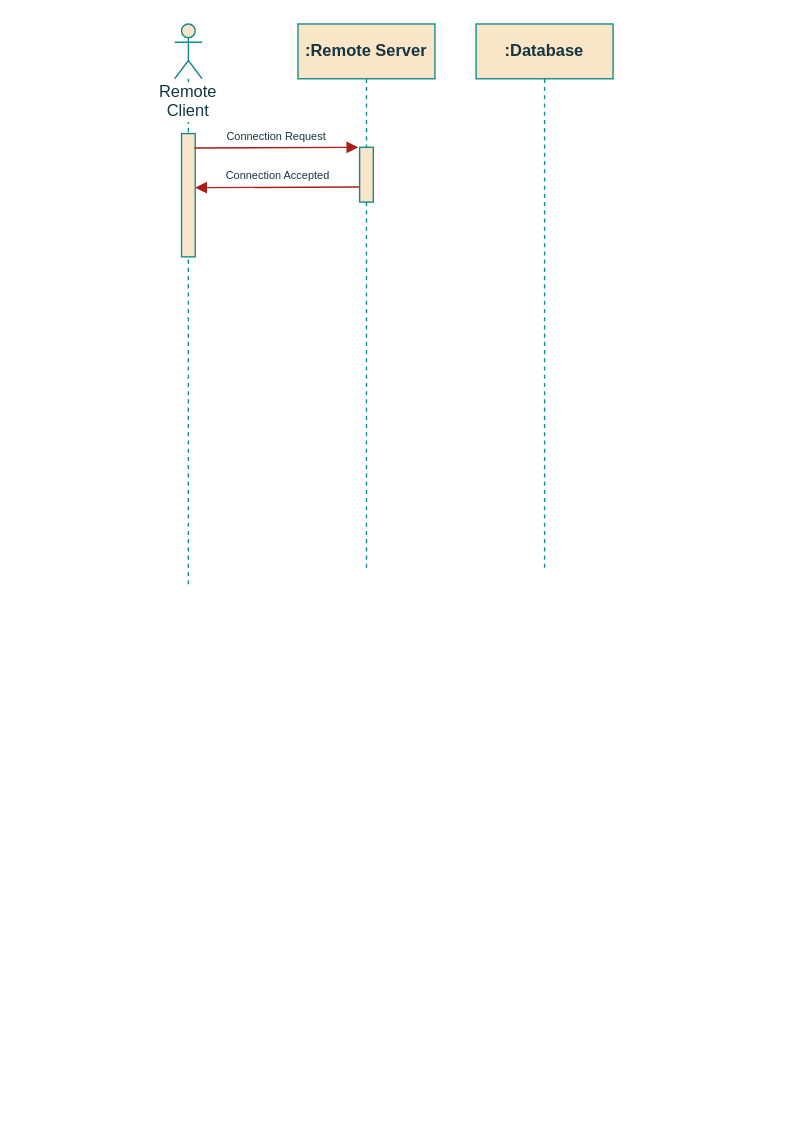
Above: page "Server_SeqChart" (7 of 7) of project/report/flowcharts/RemoteSystem.drawio in ESRGgroup9/slipad (draw.io), before the change. Source tidied: cells renumbered, new cells numbered last; positions are measured from the earlier drawing's top-left corner, leaving out a move shared by most shapes. Both pictures are drawn from the tidied source at 137%, with x=0, y=0 at pixel (174, 23).
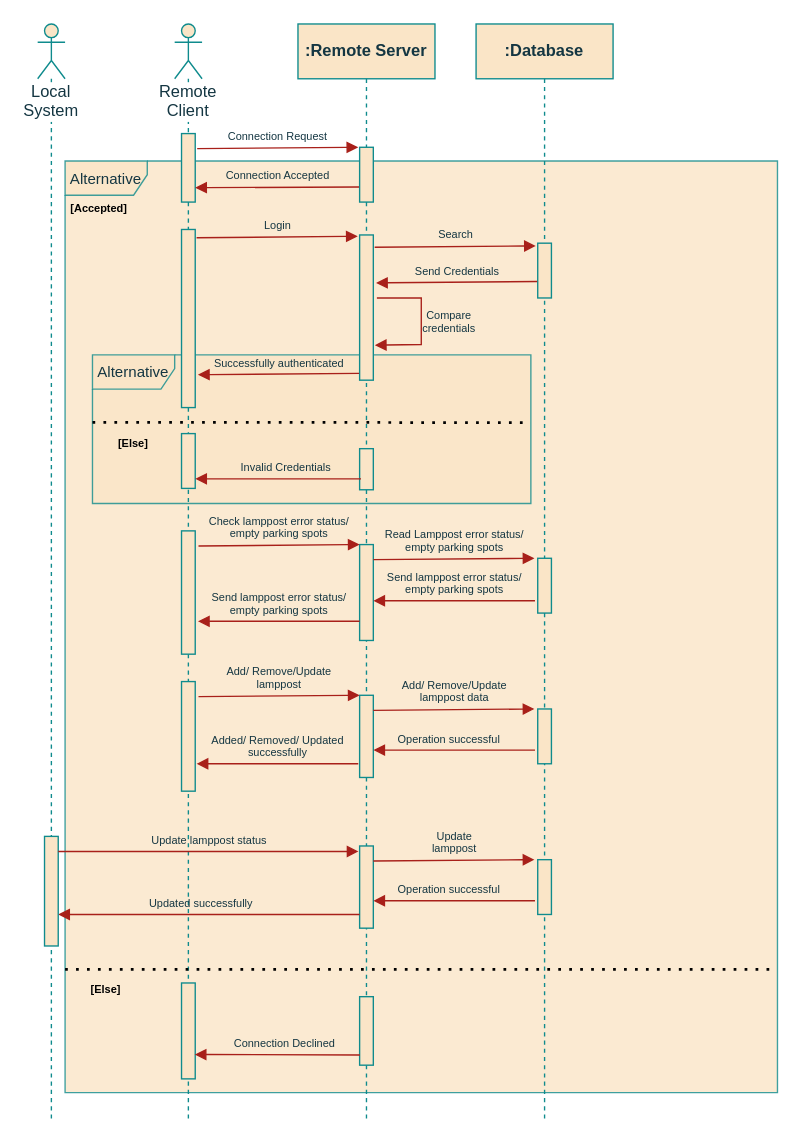
The same page after the edit.

Change to the diagram source:
```diff
@@
+    <mxCell id="9" value="&lt;font style=&quot;font-size: 11px&quot;&gt;Alternative&lt;/font&gt;" style="shape=umlFrame;whiteSpace=wrap;html=1;width=60;height=25;fillColor=#FAE5C7;strokeColor=#0F8B8D;fontColor=#143642;swimlaneFillColor=#FAE5C7;opacity=80;" parent="1" vertex="1">
+      <mxGeometry x="-80" y="100" width="520" height="680" as="geometry" />
+    </mxCell>
+    <mxCell id="10" value="&lt;font style=&quot;font-size: 11px&quot;&gt;Alternative&lt;/font&gt;" style="shape=umlFrame;whiteSpace=wrap;html=1;width=60;height=25;fillColor=#FAE5C7;strokeColor=#0F8B8D;fontColor=#143642;swimlaneFillColor=#FAE5C7;opacity=80;" parent="1" vertex="1">
+      <mxGeometry x="-60" y="241.5" width="320" height="108.5" as="geometry" />
+    </mxCell>
     <mxCell id="2" value="&lt;div&gt;Remote&lt;/div&gt;&lt;div&gt;Client&lt;br&gt;&lt;/div&gt;" style="shape=umlLifeline;participant=umlActor;perimeter=lifelinePerimeter;whiteSpace=wrap;html=1;verticalAlign=top;spacingTop=36;size=40;labelBackgroundColor=default;fillColor=#FAE5C7;strokeColor=#0F8B8D;fontColor=#143642;" parent="1" vertex="1">
-      <mxGeometry width="20" height="410" as="geometry" />
+      <mxGeometry width="20" height="800" as="geometry" />
     </mxCell>
     <mxCell id="3" style="html=1;points=[];perimeter=orthogonalPerimeter;fillColor=#FAE5C7;strokeColor=#0F8B8D;fontColor=#143642;" parent="2" vertex="1">
-      <mxGeometry x="5" y="80" width="10" height="90" as="geometry" />
+      <mxGeometry x="5" y="80" width="10" height="50" as="geometry" />
     </mxCell>
+    <mxCell id="11" style="html=1;perimeter=orthogonalPerimeter;fillColor=#FAE5C7;strokeColor=#0F8B8D;fontColor=#143642;" parent="2" vertex="1">
+      <mxGeometry x="5" y="150" width="10" height="130" as="geometry" />
+    </mxCell>
+    <mxCell id="12" style="html=1;perimeter=orthogonalPerimeter;fillColor=#FAE5C7;strokeColor=#0F8B8D;fontColor=#143642;" parent="2" vertex="1">
+      <mxGeometry x="5" y="299" width="10" height="40" as="geometry" />
+    </mxCell>
+    <mxCell id="13" style="html=1;perimeter=orthogonalPerimeter;fillColor=#FAE5C7;strokeColor=#0F8B8D;fontColor=#143642;" parent="2" vertex="1">
+      <mxGeometry x="5" y="370" width="10" height="90" as="geometry" />
+    </mxCell>
+    <mxCell id="14" style="html=1;perimeter=orthogonalPerimeter;fillColor=#FAE5C7;strokeColor=#0F8B8D;fontColor=#143642;" parent="2" vertex="1">
+      <mxGeometry x="5" y="480" width="10" height="80" as="geometry" />
+    </mxCell>
     <mxCell id="4" value=":Remote Server" style="shape=umlLifeline;perimeter=lifelinePerimeter;whiteSpace=wrap;html=1;fillColor=#FAE5C7;strokeColor=#0F8B8D;fontColor=#143642;fontStyle=1;" parent="1" vertex="1">
-      <mxGeometry x="90" width="100" height="400" as="geometry" />
+      <mxGeometry x="90" width="100" height="800" as="geometry" />
     </mxCell>
@@
+    <mxCell id="15" style="html=1;points=[];perimeter=orthogonalPerimeter;fillColor=#FAE5C7;strokeColor=#0F8B8D;fontColor=#143642;" parent="4" vertex="1">
+      <mxGeometry x="45" y="154" width="10" height="106" as="geometry" />
+    </mxCell>
+    <mxCell id="16" style="html=1;perimeter=orthogonalPerimeter;fillColor=#FAE5C7;strokeColor=#0F8B8D;fontColor=#143642;" parent="4" vertex="1">
+      <mxGeometry x="45" y="310" width="10" height="30" as="geometry" />
+    </mxCell>
+    <mxCell id="17" style="html=1;perimeter=orthogonalPerimeter;fillColor=#FAE5C7;strokeColor=#0F8B8D;fontColor=#143642;" parent="4" vertex="1">
+      <mxGeometry x="45" y="380" width="10" height="70" as="geometry" />
+    </mxCell>
+    <mxCell id="18" value="&lt;div&gt;Check lamppost error status/ &lt;br&gt;&lt;/div&gt;&lt;div&gt;empty parking spots&lt;br&gt;&lt;/div&gt;" style="html=1;verticalAlign=bottom;endArrow=block;rounded=0;fontSize=8;labelBackgroundColor=none;strokeColor=#A8201A;fontColor=#143642;exitX=1.143;exitY=0.22;exitDx=0;exitDy=0;exitPerimeter=0;" parent="4" edge="1">
+      <mxGeometry relative="1" as="geometry">
+        <mxPoint x="-72.6" y="381" as="sourcePoint" />
+        <mxPoint x="45" y="380" as="targetPoint" />
+      </mxGeometry>
+    </mxCell>
+    <mxCell id="19" value="&lt;div&gt;Read Lamppost error status/&lt;/div&gt;&lt;div&gt;empty parking spots&lt;br&gt;&lt;/div&gt;" style="html=1;verticalAlign=bottom;endArrow=block;rounded=0;fontSize=8;labelBackgroundColor=none;strokeColor=#A8201A;fontColor=#143642;exitX=1.143;exitY=0.22;exitDx=0;exitDy=0;exitPerimeter=0;" parent="4" edge="1">
+      <mxGeometry relative="1" as="geometry">
+        <mxPoint x="55" y="391" as="sourcePoint" />
+        <mxPoint x="172.6" y="390" as="targetPoint" />
+      </mxGeometry>
+    </mxCell>
+    <mxCell id="20" value="&lt;div&gt;Send lamppost error status/&lt;/div&gt;&lt;div&gt;empty parking spots&lt;br&gt;&lt;/div&gt;" style="html=1;verticalAlign=bottom;endArrow=block;rounded=0;fontSize=8;labelBackgroundColor=none;strokeColor=#A8201A;fontColor=#143642;" parent="4" edge="1">
+      <mxGeometry relative="1" as="geometry">
+        <mxPoint x="173" y="421" as="sourcePoint" />
+        <mxPoint x="55" y="421" as="targetPoint" />
+      </mxGeometry>
+    </mxCell>
+    <mxCell id="21" style="html=1;perimeter=orthogonalPerimeter;fillColor=#FAE5C7;strokeColor=#0F8B8D;fontColor=#143642;" parent="4" vertex="1">
+      <mxGeometry x="45" y="490" width="10" height="60" as="geometry" />
+    </mxCell>
+    <mxCell id="22" value="&lt;div&gt;Add/ Remove/Update &lt;br&gt;&lt;/div&gt;&lt;div&gt;lamppost data&lt;/div&gt;" style="html=1;verticalAlign=bottom;endArrow=block;rounded=0;fontSize=8;labelBackgroundColor=none;strokeColor=#A8201A;fontColor=#143642;exitX=1.143;exitY=0.22;exitDx=0;exitDy=0;exitPerimeter=0;" parent="4" edge="1">
+      <mxGeometry relative="1" as="geometry">
+        <mxPoint x="55" y="501" as="sourcePoint" />
+        <mxPoint x="172.6" y="500" as="targetPoint" />
+      </mxGeometry>
+    </mxCell>
+    <mxCell id="23" value="Operation successful" style="html=1;verticalAlign=bottom;endArrow=block;rounded=0;fontSize=8;labelBackgroundColor=none;strokeColor=#A8201A;fontColor=#143642;" parent="4" edge="1">
+      <mxGeometry x="0.07" relative="1" as="geometry">
+        <mxPoint x="173" y="530" as="sourcePoint" />
+        <mxPoint x="55" y="530" as="targetPoint" />
+      </mxGeometry>
+    </mxCell>
+    <mxCell id="24" style="html=1;points=[];perimeter=orthogonalPerimeter;fillColor=#FAE5C7;strokeColor=#0F8B8D;fontColor=#143642;" parent="4" vertex="1">
+      <mxGeometry x="45" y="600" width="10" height="60" as="geometry" />
+    </mxCell>
+    <mxCell id="25" value="&lt;div&gt;Update &lt;br&gt;&lt;/div&gt;&lt;div&gt;lamppost &lt;br&gt;&lt;/div&gt;" style="html=1;verticalAlign=bottom;endArrow=block;rounded=0;fontSize=8;labelBackgroundColor=none;strokeColor=#A8201A;fontColor=#143642;exitX=1.143;exitY=0.22;exitDx=0;exitDy=0;exitPerimeter=0;" parent="4" edge="1">
+      <mxGeometry relative="1" as="geometry">
+        <mxPoint x="55" y="611" as="sourcePoint" />
+        <mxPoint x="172.6" y="610" as="targetPoint" />
+      </mxGeometry>
+    </mxCell>
+    <mxCell id="26" value="Operation successful" style="html=1;verticalAlign=bottom;endArrow=block;rounded=0;fontSize=8;labelBackgroundColor=none;strokeColor=#A8201A;fontColor=#143642;" parent="4" edge="1">
+      <mxGeometry x="0.07" relative="1" as="geometry">
+        <mxPoint x="173" y="640" as="sourcePoint" />
+        <mxPoint x="55" y="640" as="targetPoint" />
+      </mxGeometry>
+    </mxCell>
+    <mxCell id="27" value="&lt;div&gt;Updated successfully&lt;/div&gt;" style="html=1;verticalAlign=bottom;endArrow=block;rounded=0;fontSize=8;labelBackgroundColor=none;strokeColor=#A8201A;fontColor=#143642;" parent="4" edge="1" target="50">
+      <mxGeometry x="0.05" relative="1" as="geometry">
+        <mxPoint x="45" y="650" as="sourcePoint" />
+      </mxGeometry>
+    </mxCell>
     <mxCell id="6" value=":Database" style="shape=umlLifeline;perimeter=lifelinePerimeter;whiteSpace=wrap;html=1;fillColor=#FAE5C7;strokeColor=#0F8B8D;fontColor=#143642;fontStyle=1;" parent="1" vertex="1">
-      <mxGeometry x="220" width="100" height="400" as="geometry" />
+      <mxGeometry x="220" width="100" height="800" as="geometry" />
     </mxCell>
+    <mxCell id="28" style="html=1;perimeter=orthogonalPerimeter;fillColor=#FAE5C7;strokeColor=#0F8B8D;fontColor=#143642;" parent="6" vertex="1">
+      <mxGeometry x="45" y="160" width="10" height="40" as="geometry" />
+    </mxCell>
+    <mxCell id="29" style="html=1;perimeter=orthogonalPerimeter;fillColor=#FAE5C7;strokeColor=#0F8B8D;fontColor=#143642;" parent="6" vertex="1">
+      <mxGeometry x="45" y="390" width="10" height="40" as="geometry" />
+    </mxCell>
+    <mxCell id="30" style="html=1;perimeter=orthogonalPerimeter;fillColor=#FAE5C7;strokeColor=#0F8B8D;fontColor=#143642;" parent="6" vertex="1">
+      <mxGeometry x="45" y="500" width="10" height="40" as="geometry" />
+    </mxCell>
+    <mxCell id="31" style="html=1;perimeter=orthogonalPerimeter;fillColor=#FAE5C7;strokeColor=#0F8B8D;fontColor=#143642;" parent="6" vertex="1">
+      <mxGeometry x="45" y="610" width="10" height="40" as="geometry" />
+    </mxCell>
-    <mxCell id="7" value="Connection Request" style="html=1;verticalAlign=bottom;endArrow=block;rounded=0;fontSize=8;labelBackgroundColor=none;strokeColor=#A8201A;fontColor=#143642;exitX=0.943;exitY=0.117;exitDx=0;exitDy=0;exitPerimeter=0;" parent="1" edge="1" source="3">
+    <mxCell id="7" value="Connection Request" style="html=1;verticalAlign=bottom;endArrow=block;rounded=0;fontSize=8;labelBackgroundColor=none;strokeColor=#A8201A;fontColor=#143642;exitX=1.143;exitY=0.22;exitDx=0;exitDy=0;exitPerimeter=0;" parent="1" edge="1" source="3">
       <mxGeometry relative="1" as="geometry">
         <mxPoint x="134" y="90" as="targetPoint" />
       </mxGeometry>
     </mxCell>
@@
+    <mxCell id="32" value="[Accepted]" style="text;html=1;strokeColor=none;fillColor=none;align=center;verticalAlign=middle;whiteSpace=wrap;rounded=0;fontSize=8;fontStyle=1;" parent="1" vertex="1">
+      <mxGeometry x="-90" y="125" width="70" height="20" as="geometry" />
+    </mxCell>
+    <mxCell id="33" value="Login" style="html=1;verticalAlign=bottom;endArrow=block;rounded=0;fontSize=8;labelBackgroundColor=none;strokeColor=#A8201A;fontColor=#143642;exitX=1.143;exitY=0.22;exitDx=0;exitDy=0;exitPerimeter=0;" parent="1" edge="1">
+      <mxGeometry relative="1" as="geometry">
+        <mxPoint x="16" y="156" as="sourcePoint" />
+        <mxPoint x="133.6" y="155" as="targetPoint" />
+      </mxGeometry>
+    </mxCell>
+    <mxCell id="34" value="Search " style="html=1;verticalAlign=bottom;endArrow=block;rounded=0;fontSize=8;labelBackgroundColor=none;strokeColor=#A8201A;fontColor=#143642;exitX=1.143;exitY=0.22;exitDx=0;exitDy=0;exitPerimeter=0;" parent="1" edge="1">
+      <mxGeometry relative="1" as="geometry">
+        <mxPoint x="146" y="163" as="sourcePoint" />
+        <mxPoint x="263.6" y="162" as="targetPoint" />
+      </mxGeometry>
+    </mxCell>
+    <mxCell id="35" value="Send Credentials" style="html=1;verticalAlign=bottom;endArrow=block;rounded=0;fontSize=8;labelBackgroundColor=none;strokeColor=#A8201A;fontColor=#143642;exitX=1.143;exitY=0.22;exitDx=0;exitDy=0;exitPerimeter=0;" parent="1" edge="1">
+      <mxGeometry relative="1" as="geometry">
+        <mxPoint x="264.6" y="188" as="sourcePoint" />
+        <mxPoint x="147" y="189" as="targetPoint" />
+      </mxGeometry>
+    </mxCell>
+    <mxCell id="36" value="&lt;div&gt;Compare &lt;br&gt;&lt;/div&gt;&lt;div&gt;credentials&lt;/div&gt;" style="html=1;verticalAlign=bottom;endArrow=block;rounded=0;fontSize=8;labelBackgroundColor=none;strokeColor=#A8201A;fontColor=#143642;exitX=1.143;exitY=0.22;exitDx=0;exitDy=0;exitPerimeter=0;entryX=1.114;entryY=0.759;entryDx=0;entryDy=0;entryPerimeter=0;" parent="1" edge="1" target="15">
+      <mxGeometry x="0.24" y="20" relative="1" as="geometry">
+        <mxPoint x="147.6" y="200" as="sourcePoint" />
+        <Array as="points">
+          <mxPoint x="180" y="200" />
+          <mxPoint x="180" y="234" />
+        </Array>
+      </mxGeometry>
+    </mxCell>
+    <mxCell id="37" value="Successfully authenticated" style="html=1;verticalAlign=bottom;endArrow=block;rounded=0;fontSize=8;labelBackgroundColor=none;strokeColor=#A8201A;fontColor=#143642;exitX=1.143;exitY=0.22;exitDx=0;exitDy=0;exitPerimeter=0;" parent="1" edge="1">
+      <mxGeometry relative="1" as="geometry">
+        <mxPoint x="134.6" y="255" as="sourcePoint" />
+        <mxPoint x="17" y="256" as="targetPoint" />
+      </mxGeometry>
+    </mxCell>
+    <mxCell id="38" style="endArrow=none;dashed=1;html=1;dashPattern=1 3;strokeWidth=2;rounded=0;labelBackgroundColor=default;fontSize=8;exitX=0;exitY=0;exitDx=0;exitDy=0;" parent="1" edge="1" source="39">
+      <mxGeometry relative="1" as="geometry">
+        <mxPoint x="260" y="291" as="targetPoint" />
+        <Array as="points">
+          <mxPoint x="70" y="290.8" />
+        </Array>
+      </mxGeometry>
+    </mxCell>
+    <mxCell id="39" value="[Else]" style="text;html=1;strokeColor=none;fillColor=none;align=center;verticalAlign=middle;whiteSpace=wrap;rounded=0;fontSize=8;fontStyle=1;" parent="1" vertex="1">
+      <mxGeometry x="-60" y="290.8" width="60" height="30" as="geometry" />
+    </mxCell>
+    <mxCell id="40" value="Invalid Credentials" style="html=1;verticalAlign=bottom;endArrow=block;rounded=0;fontSize=8;labelBackgroundColor=none;strokeColor=#A8201A;fontColor=#143642;labelBorderColor=none;entryX=0.962;entryY=0.746;entryDx=0;entryDy=0;entryPerimeter=0;" parent="1" edge="1">
+      <mxGeometry x="-0.09" relative="1" as="geometry">
+        <mxPoint x="136" y="332" as="sourcePoint" />
+        <mxPoint x="15" y="332" as="targetPoint" />
+      </mxGeometry>
+    </mxCell>
+    <mxCell id="41" value="&lt;div&gt;Send lamppost error status/&lt;/div&gt;&lt;div&gt;empty parking spots&lt;br&gt;&lt;/div&gt;" style="html=1;verticalAlign=bottom;endArrow=block;rounded=0;fontSize=8;labelBackgroundColor=none;strokeColor=#A8201A;fontColor=#143642;" parent="1" edge="1">
+      <mxGeometry relative="1" as="geometry">
+        <mxPoint x="135" y="436" as="sourcePoint" />
+        <mxPoint x="17" y="436" as="targetPoint" />
+      </mxGeometry>
+    </mxCell>
+    <mxCell id="42" value="&lt;div&gt;Add/ Remove/Update &lt;br&gt;&lt;/div&gt;&lt;div&gt;lamppost&lt;/div&gt;" style="html=1;verticalAlign=bottom;endArrow=block;rounded=0;fontSize=8;labelBackgroundColor=none;strokeColor=#A8201A;fontColor=#143642;exitX=1.143;exitY=0.22;exitDx=0;exitDy=0;exitPerimeter=0;" parent="1" edge="1">
+      <mxGeometry relative="1" as="geometry">
+        <mxPoint x="17.4" y="491" as="sourcePoint" />
+        <mxPoint x="135" y="490" as="targetPoint" />
+      </mxGeometry>
+    </mxCell>
+    <mxCell id="43" value="&lt;div&gt;Added/ Removed/ Updated &lt;br&gt;&lt;/div&gt;&lt;div&gt;successfully&lt;/div&gt;" style="html=1;verticalAlign=bottom;endArrow=block;rounded=0;fontSize=8;labelBackgroundColor=none;strokeColor=#A8201A;fontColor=#143642;" parent="1" edge="1">
+      <mxGeometry relative="1" as="geometry">
+        <mxPoint x="134" y="540" as="sourcePoint" />
+        <mxPoint x="16" y="540" as="targetPoint" />
+      </mxGeometry>
+    </mxCell>
+    <mxCell id="44" style="html=1;points=[];perimeter=orthogonalPerimeter;fillColor=#FAE5C7;strokeColor=#0F8B8D;fontColor=#143642;" parent="1" vertex="1">
+      <mxGeometry x="5" y="700" width="10" height="70" as="geometry" />
+    </mxCell>
+    <mxCell id="45" style="html=1;points=[];perimeter=orthogonalPerimeter;fillColor=#FAE5C7;strokeColor=#0F8B8D;fontColor=#143642;" parent="1" vertex="1">
+      <mxGeometry x="135" y="710" width="10" height="50" as="geometry" />
+    </mxCell>
+    <mxCell id="46" style="endArrow=none;dashed=1;html=1;dashPattern=1 3;strokeWidth=2;rounded=0;labelBackgroundColor=default;fontSize=8;exitX=0;exitY=0;exitDx=0;exitDy=0;" parent="1" edge="1" source="47">
+      <mxGeometry relative="1" as="geometry">
+        <mxPoint x="440" y="690" as="targetPoint" />
+      </mxGeometry>
+    </mxCell>
+    <mxCell id="47" value="[Else]" style="text;html=1;strokeColor=none;fillColor=none;align=center;verticalAlign=middle;whiteSpace=wrap;rounded=0;fontSize=8;fontStyle=1;" parent="1" vertex="1">
+      <mxGeometry x="-80" y="690" width="60" height="30" as="geometry" />
+    </mxCell>
+    <mxCell id="48" value="Connection Declined" style="html=1;verticalAlign=bottom;endArrow=block;rounded=0;fontSize=8;labelBackgroundColor=none;strokeColor=#A8201A;fontColor=#143642;labelBorderColor=none;exitX=0.02;exitY=0.851;exitDx=0;exitDy=0;exitPerimeter=0;entryX=0.962;entryY=0.746;entryDx=0;entryDy=0;entryPerimeter=0;" parent="1" edge="1" source="45" target="44">
+      <mxGeometry x="-0.09" relative="1" as="geometry" />
+    </mxCell>
+    <mxCell id="49" value="&lt;div&gt;Local System&lt;/div&gt;" style="shape=umlLifeline;participant=umlActor;perimeter=lifelinePerimeter;whiteSpace=wrap;html=1;verticalAlign=top;spacingTop=36;size=40;labelBackgroundColor=default;fillColor=#FAE5C7;strokeColor=#0F8B8D;fontColor=#143642;" parent="1" vertex="1">
+      <mxGeometry x="-100" width="20" height="800" as="geometry" />
+    </mxCell>
+    <mxCell id="50" style="html=1;points=[];perimeter=orthogonalPerimeter;fillColor=#FAE5C7;strokeColor=#0F8B8D;fontColor=#143642;" parent="49" vertex="1">
+      <mxGeometry x="5" y="593" width="10" height="80" as="geometry" />
+    </mxCell>
+    <mxCell id="51" value="&lt;div&gt;Update lamppost status&lt;/div&gt;" style="html=1;verticalAlign=bottom;endArrow=block;rounded=0;fontSize=8;labelBackgroundColor=none;strokeColor=#A8201A;fontColor=#143642;entryX=-0.083;entryY=0.067;entryDx=0;entryDy=0;entryPerimeter=0;" parent="1" edge="1" source="50" target="24">
+      <mxGeometry relative="1" as="geometry" />
+    </mxCell>
```
